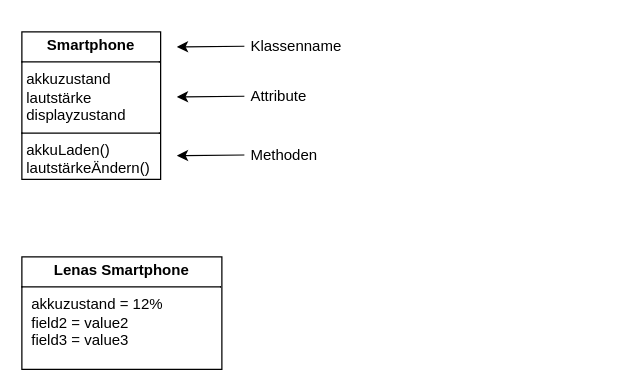
Before: Inf9.drawio in JoernWVSG/diagram, a draw.io diagram. Source tidied: cells renumbered, new cells numbered last; positions are measured from the earlier drawing's top-left corner, leaving out a move shared by most shapes. Both pictures are drawn from the tidied source at 125%, with x=0, y=0 at pixel (21, 31).
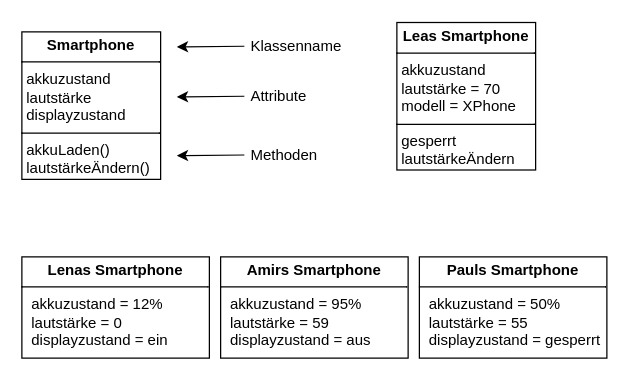
The same diagram, later.

Diff of the diagram source:
```diff
@@
 <mxGraphModel>
   <root>
     <mxCell id="0" />
     <mxCell id="1" parent="0" />
     <mxCell id="2" value="&lt;p style=&quot;margin:0px;margin-top:4px;text-align:center;&quot;&gt;&lt;b&gt;Smartphone&lt;/b&gt;&lt;/p&gt;&lt;hr size=&quot;1&quot; style=&quot;border-style:solid;&quot;&gt;&lt;p style=&quot;margin:0px;margin-left:4px;&quot;&gt;akkuzustand&lt;/p&gt;&lt;p style=&quot;margin:0px;margin-left:4px;&quot;&gt;lautstärke&lt;/p&gt;&lt;p style=&quot;margin:0px;margin-left:4px;&quot;&gt;displayzustand&lt;/p&gt;&lt;hr size=&quot;1&quot; style=&quot;border-style:solid;&quot;&gt;&lt;p style=&quot;margin:0px;margin-left:4px;&quot;&gt;akkuLaden()&lt;/p&gt;&lt;p style=&quot;margin:0px;margin-left:4px;&quot;&gt;lautstärkeÄndern()&lt;/p&gt;" style="verticalAlign=top;align=left;overflow=fill;html=1;whiteSpace=wrap;" parent="1" vertex="1">
       <mxGeometry width="111" height="118" as="geometry" />
     </mxCell>
     <mxCell id="3" style="rounded=0;jettySize=auto;html=1;exitX=0;exitY=0.5;exitDx=0;exitDy=0;" parent="1" edge="1" source="4">
       <mxGeometry relative="1" as="geometry">
         <mxPoint x="124" y="12" as="targetPoint" />
       </mxGeometry>
     </mxCell>
     <mxCell id="4" value="&amp;nbsp;Klassenname" style="text;html=1;whiteSpace=wrap;strokeColor=none;fillColor=none;align=left;verticalAlign=middle;rounded=0;" parent="1" vertex="1">
       <mxGeometry x="178" y="1" width="87" height="21" as="geometry" />
     </mxCell>
     <mxCell id="5" style="rounded=0;jettySize=auto;html=1;exitX=0;exitY=0.5;exitDx=0;exitDy=0;" parent="1" edge="1" source="6">
       <mxGeometry relative="1" as="geometry">
         <mxPoint x="124" y="52" as="targetPoint" />
       </mxGeometry>
     </mxCell>
     <mxCell id="6" value="&amp;nbsp;Attribute" style="text;html=1;whiteSpace=wrap;strokeColor=none;fillColor=none;align=left;verticalAlign=middle;rounded=0;" parent="1" vertex="1">
       <mxGeometry x="178" y="41" width="87" height="21" as="geometry" />
     </mxCell>
     <mxCell id="7" style="rounded=0;jettySize=auto;html=1;exitX=0;exitY=0.5;exitDx=0;exitDy=0;" parent="1" edge="1" source="8">
       <mxGeometry relative="1" as="geometry">
         <mxPoint x="124" y="99" as="targetPoint" />
       </mxGeometry>
     </mxCell>
     <mxCell id="8" value="&amp;nbsp;Methoden" style="text;html=1;whiteSpace=wrap;strokeColor=none;fillColor=none;align=left;verticalAlign=middle;rounded=0;" parent="1" vertex="1">
       <mxGeometry x="178" y="88" width="87" height="21" as="geometry" />
     </mxCell>
-    <mxCell id="9" value="&lt;p style=&quot;margin: 4px 0px 0px; text-align: center; text-decoration-color: currentcolor;&quot;&gt;&lt;b&gt;Lenas Smartphone&lt;/b&gt;&lt;/p&gt;&lt;hr size=&quot;1&quot; style=&quot;border-style:solid;&quot;&gt;&lt;p style=&quot;margin:0px;margin-left:8px;&quot;&gt;akkuzustand = 12%&lt;/p&gt;&lt;p style=&quot;margin:0px;margin-left:8px;&quot;&gt;field2 = value2&lt;br&gt;field3 = value3&lt;/p&gt;" style="verticalAlign=top;align=left;overflow=fill;html=1;whiteSpace=wrap;" parent="1" vertex="1">
-      <mxGeometry y="180" width="160" height="90" as="geometry" />
+    <mxCell id="9" value="&lt;p style=&quot;margin: 4px 0px 0px; text-align: center; text-decoration-color: currentcolor;&quot;&gt;&lt;b&gt;Lenas Smartphone&lt;/b&gt;&lt;/p&gt;&lt;hr size=&quot;1&quot; style=&quot;border-style:solid;&quot;&gt;&lt;p style=&quot;margin:0px;margin-left:8px;&quot;&gt;akkuzustand = 12%&lt;/p&gt;&lt;p style=&quot;margin:0px;margin-left:8px;&quot;&gt;lautstärke = 0&lt;br&gt;displayzustand = ein&lt;/p&gt;" style="verticalAlign=top;align=left;overflow=fill;html=1;whiteSpace=wrap;" parent="1" vertex="1">
+      <mxGeometry y="180" width="150" height="81" as="geometry" />
     </mxCell>
+    <mxCell id="10" value="&lt;p style=&quot;margin: 4px 0px 0px; text-align: center; text-decoration-color: currentcolor;&quot;&gt;&lt;b&gt;Amirs Smartphone&lt;/b&gt;&lt;/p&gt;&lt;hr size=&quot;1&quot; style=&quot;border-style:solid;&quot;&gt;&lt;p style=&quot;margin:0px;margin-left:8px;&quot;&gt;akkuzustand = 95%&lt;/p&gt;&lt;p style=&quot;margin:0px;margin-left:8px;&quot;&gt;lautstärke = 59&lt;br&gt;displayzustand = aus&lt;/p&gt;" style="verticalAlign=top;align=left;overflow=fill;html=1;whiteSpace=wrap;" parent="1" vertex="1">
+      <mxGeometry x="159" y="180" width="150" height="81" as="geometry" />
+    </mxCell>
+    <mxCell id="11" value="&lt;p style=&quot;margin: 4px 0px 0px; text-align: center; text-decoration-color: currentcolor;&quot;&gt;&lt;b&gt;Pauls Smartphone&lt;/b&gt;&lt;/p&gt;&lt;hr size=&quot;1&quot; style=&quot;border-style:solid;&quot;&gt;&lt;p style=&quot;margin:0px;margin-left:8px;&quot;&gt;akkuzustand = 50%&lt;/p&gt;&lt;p style=&quot;margin:0px;margin-left:8px;&quot;&gt;lautstärke = 55&lt;br&gt;displayzustand = gesperrt&lt;/p&gt;" style="verticalAlign=top;align=left;overflow=fill;html=1;whiteSpace=wrap;" parent="1" vertex="1">
+      <mxGeometry x="318" y="180" width="150" height="81" as="geometry" />
+    </mxCell>
+    <mxCell id="12" value="&lt;p style=&quot;margin:0px;margin-top:4px;text-align:center;&quot;&gt;&lt;b&gt;Leas Smartphone&lt;/b&gt;&lt;/p&gt;&lt;hr size=&quot;1&quot; style=&quot;border-style:solid;&quot;&gt;&lt;p style=&quot;margin:0px;margin-left:4px;&quot;&gt;akkuzustand&lt;/p&gt;&lt;p style=&quot;margin:0px;margin-left:4px;&quot;&gt;lautstärke = 70&lt;/p&gt;&lt;p style=&quot;margin:0px;margin-left:4px;&quot;&gt;modell = XPhone&lt;/p&gt;&lt;hr size=&quot;1&quot; style=&quot;border-style:solid;&quot;&gt;&lt;p style=&quot;margin:0px;margin-left:4px;&quot;&gt;gesperrt&lt;/p&gt;&lt;p style=&quot;margin:0px;margin-left:4px;&quot;&gt;lautstärkeÄndern&lt;/p&gt;" style="verticalAlign=top;align=left;overflow=fill;html=1;whiteSpace=wrap;" parent="1" vertex="1">
+      <mxGeometry x="300" y="-7.5" width="111" height="118" as="geometry" />
+    </mxCell>
   </root>
 </mxGraphModel>
```
